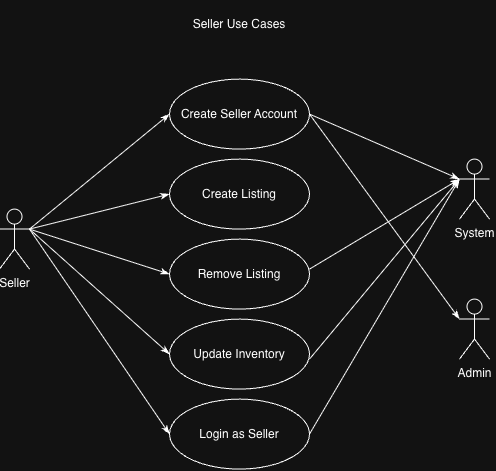
Jason-Kng/Bulldog-Records keeps this draw.io diagram as Use Cases/SellerUseCase.png. Above is the earlier version. Source tidied: cells renumbered, new cells last; positions are measured from the earlier drawing's top-left corner, leaving out a move shared by most shapes. Its diagram source:
```xml
<mxGraphModel>
  <root>
    <mxCell id="0" />
    <mxCell id="1" parent="0" />
    <mxCell id="2" value="Seller" style="shape=umlActor;verticalLabelPosition=bottom;verticalAlign=top;html=1;" parent="1" vertex="1">
      <mxGeometry y="210" width="30" height="60" as="geometry" />
    </mxCell>
    <mxCell id="3" value="System" style="shape=umlActor;verticalLabelPosition=bottom;verticalAlign=top;html=1;" parent="1" vertex="1">
      <mxGeometry x="460" y="160" width="30" height="60" as="geometry" />
    </mxCell>
    <mxCell id="4" value="Create Seller Account" style="ellipse;whiteSpace=wrap;html=1;" parent="1" vertex="1">
      <mxGeometry x="170" y="80" width="140" height="70" as="geometry" />
    </mxCell>
    <mxCell id="5" value="Create Listing" style="ellipse;whiteSpace=wrap;html=1;" parent="1" vertex="1">
      <mxGeometry x="170" y="160" width="140" height="70" as="geometry" />
    </mxCell>
    <mxCell id="6" value="Remove Listing" style="ellipse;whiteSpace=wrap;html=1;" parent="1" vertex="1">
      <mxGeometry x="170" y="240" width="140" height="70" as="geometry" />
    </mxCell>
    <mxCell id="7" value="Update Inventory" style="ellipse;whiteSpace=wrap;html=1;" parent="1" vertex="1">
      <mxGeometry x="170" y="320" width="140" height="70" as="geometry" />
    </mxCell>
    <mxCell id="8" value="Admin" style="shape=umlActor;verticalLabelPosition=bottom;verticalAlign=top;html=1;" parent="1" vertex="1">
      <mxGeometry x="460" y="300" width="30" height="60" as="geometry" />
    </mxCell>
    <mxCell id="9" style="endArrow=classicThin;html=1;rounded=0;entryX=0;entryY=0.5;entryDx=0;entryDy=0;exitX=1;exitY=0.3333333333333333;exitDx=0;exitDy=0;exitPerimeter=0;endFill=1;" parent="1" edge="1" source="2" target="4">
      <mxGeometry relative="1" as="geometry" />
    </mxCell>
    <mxCell id="10" style="endArrow=classicThin;html=1;rounded=0;entryX=0;entryY=0.5;entryDx=0;entryDy=0;exitX=1;exitY=0.3333333333333333;exitDx=0;exitDy=0;exitPerimeter=0;endFill=1;" parent="1" edge="1" source="2" target="5">
      <mxGeometry relative="1" as="geometry" />
    </mxCell>
    <mxCell id="11" style="endArrow=classicThin;html=1;rounded=0;entryX=0;entryY=0.5;entryDx=0;entryDy=0;exitX=1;exitY=0.3333333333333333;exitDx=0;exitDy=0;exitPerimeter=0;endFill=1;" parent="1" edge="1" source="2" target="6">
      <mxGeometry relative="1" as="geometry" />
    </mxCell>
    <mxCell id="12" style="endArrow=classicThin;html=1;rounded=0;entryX=0;entryY=0.5;entryDx=0;entryDy=0;exitX=1;exitY=0.3333333333333333;exitDx=0;exitDy=0;exitPerimeter=0;endFill=1;" parent="1" edge="1" source="2" target="7">
      <mxGeometry relative="1" as="geometry" />
    </mxCell>
    <mxCell id="13" style="endArrow=classicThin;html=1;rounded=0;entryX=0;entryY=0.3333333333333333;entryDx=0;entryDy=0;exitX=1;exitY=0.3333333333333333;exitDx=0;exitDy=0;exitPerimeter=0;entryPerimeter=0;endFill=1;" parent="1" edge="1" target="3">
      <mxGeometry relative="1" as="geometry">
        <mxPoint x="310" y="115" as="sourcePoint" />
      </mxGeometry>
    </mxCell>
    <mxCell id="14" style="endArrow=classicThin;html=1;rounded=0;entryX=0;entryY=0.3333333333333333;entryDx=0;entryDy=0;exitX=1;exitY=0.3333333333333333;exitDx=0;exitDy=0;exitPerimeter=0;entryPerimeter=0;endFill=1;" parent="1" edge="1" target="3">
      <mxGeometry relative="1" as="geometry">
        <mxPoint x="310" y="270" as="sourcePoint" />
      </mxGeometry>
    </mxCell>
    <mxCell id="15" style="endArrow=classicThin;html=1;rounded=0;entryX=0;entryY=0.3333333333333333;entryDx=0;entryDy=0;exitX=1;exitY=0.3333333333333333;exitDx=0;exitDy=0;exitPerimeter=0;entryPerimeter=0;endFill=1;" parent="1" edge="1" target="3">
      <mxGeometry relative="1" as="geometry">
        <mxPoint x="310" y="360" as="sourcePoint" />
      </mxGeometry>
    </mxCell>
    <mxCell id="16" style="endArrow=classicThin;html=1;rounded=0;entryX=0;entryY=0.3333333333333333;entryDx=0;entryDy=0;exitX=1;exitY=0.5;exitDx=0;exitDy=0;entryPerimeter=0;endFill=1;" parent="1" edge="1" source="4" target="8">
      <mxGeometry relative="1" as="geometry" />
    </mxCell>
    <mxCell id="17" value="Login as Seller" style="ellipse;whiteSpace=wrap;html=1;" parent="1" vertex="1">
      <mxGeometry x="170" y="400" width="140" height="70" as="geometry" />
    </mxCell>
    <mxCell id="18" style="endArrow=classicThin;html=1;rounded=0;entryX=0;entryY=0.5;entryDx=0;entryDy=0;exitX=1;exitY=0.3333333333333333;exitDx=0;exitDy=0;exitPerimeter=0;endFill=1;" parent="1" edge="1" source="2" target="17">
      <mxGeometry relative="1" as="geometry" />
    </mxCell>
    <mxCell id="19" style="endArrow=none;html=1;rounded=0;entryX=1;entryY=0.5;entryDx=0;entryDy=0;exitX=0;exitY=0.3333333333333333;exitDx=0;exitDy=0;exitPerimeter=0;endFill=0;startArrow=classicThin;startFill=1;" parent="1" edge="1" source="3" target="17">
      <mxGeometry relative="1" as="geometry" />
    </mxCell>
    <mxCell id="20" value="Seller Use Cases" style="text;html=1;whiteSpace=wrap;strokeColor=none;fillColor=none;align=center;verticalAlign=middle;rounded=0;" parent="1" vertex="1">
      <mxGeometry x="150" width="180" height="50" as="geometry" />
    </mxCell>
  </root>
</mxGraphModel>
```
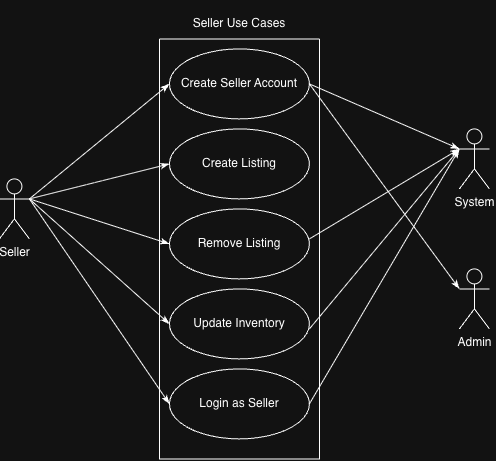
Above is the later version.

Commit message:
Updated use case diagrams

Diff of the diagram source:
```diff
@@ -63,7 +63,10 @@
       <mxGeometry relative="1" as="geometry" />
     </mxCell>
     <mxCell id="20" value="Seller Use Cases" style="text;html=1;whiteSpace=wrap;strokeColor=none;fillColor=none;align=center;verticalAlign=middle;rounded=0;" parent="1" vertex="1">
-      <mxGeometry x="150" width="180" height="50" as="geometry" />
+      <mxGeometry x="150" y="30" width="180" height="50" as="geometry" />
     </mxCell>
+    <mxCell id="21" style="swimlane;startSize=0;" parent="1" vertex="1">
+      <mxGeometry x="160" y="70" width="160" height="420" as="geometry" />
+    </mxCell>
   </root>
 </mxGraphModel>
```
